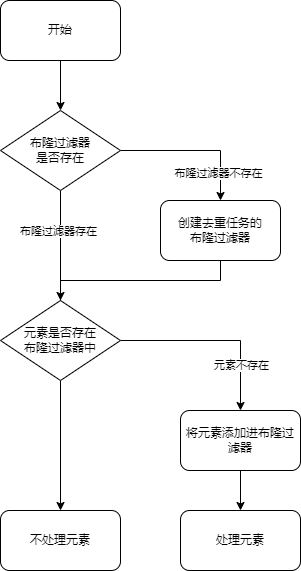
The draw.io diagram 布隆过滤器/image/去重流程.png in maixxx987/StudyNotes, before a commit. Source tidied: cells renumbered, new cells last; positions are measured from the earlier drawing's top-left corner, leaving out a move shared by most shapes. The source it was exported from:
```xml
<mxGraphModel>
  <root>
    <mxCell id="0" />
    <mxCell id="1" parent="0" />
    <mxCell id="2" style="edgeStyle=orthogonalEdgeStyle;rounded=0;jettySize=auto;html=1;exitX=0.5;exitY=1;exitDx=0;exitDy=0;entryX=0.5;entryY=0;entryDx=0;entryDy=0;" parent="1" edge="1" source="3" target="8">
      <mxGeometry relative="1" as="geometry" />
    </mxCell>
    <mxCell id="3" value="开始" style="rounded=1;whiteSpace=wrap;html=1;" parent="1" vertex="1">
      <mxGeometry width="120" height="60" as="geometry" />
    </mxCell>
    <mxCell id="4" style="edgeStyle=orthogonalEdgeStyle;rounded=0;jettySize=auto;html=1;exitX=1;exitY=0.5;exitDx=0;exitDy=0;entryX=0.5;entryY=0;entryDx=0;entryDy=0;" parent="1" edge="1" source="8" target="10">
      <mxGeometry relative="1" as="geometry" />
    </mxCell>
    <mxCell id="5" value="布隆过滤器不存在" style="edgeLabel;html=1;align=center;verticalAlign=middle;" parent="4" vertex="1">
      <mxGeometry x="0.36" y="-2" relative="1" as="geometry">
        <mxPoint y="21" as="offset" />
      </mxGeometry>
    </mxCell>
    <mxCell id="6" style="edgeStyle=orthogonalEdgeStyle;rounded=0;jettySize=auto;html=1;exitX=0.5;exitY=1;exitDx=0;exitDy=0;entryX=0.5;entryY=0;entryDx=0;entryDy=0;" parent="1" edge="1" source="8" target="14">
      <mxGeometry relative="1" as="geometry" />
    </mxCell>
    <mxCell id="7" value="布隆过滤器存在" style="edgeLabel;html=1;align=center;verticalAlign=middle;" parent="6" vertex="1">
      <mxGeometry x="-0.25" y="-2" relative="1" as="geometry" />
    </mxCell>
    <mxCell id="8" value="布隆过滤器&lt;br&gt;是否存在" style="rhombus;whiteSpace=wrap;html=1;" parent="1" vertex="1">
      <mxGeometry y="110" width="120" height="80" as="geometry" />
    </mxCell>
    <mxCell id="9" style="edgeStyle=orthogonalEdgeStyle;rounded=0;jettySize=auto;html=1;exitX=0.5;exitY=1;exitDx=0;exitDy=0;" parent="1" edge="1" source="10">
      <mxGeometry relative="1" as="geometry">
        <mxPoint x="60" y="350" as="targetPoint" />
        <Array as="points">
          <mxPoint x="220" y="280" />
          <mxPoint x="60" y="280" />
        </Array>
      </mxGeometry>
    </mxCell>
    <mxCell id="10" value="创建去重任务的&lt;br&gt;布隆过滤器" style="rounded=1;whiteSpace=wrap;html=1;" parent="1" vertex="1">
      <mxGeometry x="160" y="200" width="120" height="60" as="geometry" />
    </mxCell>
    <mxCell id="11" style="edgeStyle=orthogonalEdgeStyle;rounded=0;jettySize=auto;html=1;exitX=1;exitY=0.5;exitDx=0;exitDy=0;" parent="1" edge="1" source="14">
      <mxGeometry relative="1" as="geometry">
        <mxPoint x="240" y="410" as="targetPoint" />
      </mxGeometry>
    </mxCell>
    <mxCell id="12" value="元素不存在" style="edgeLabel;html=1;align=center;verticalAlign=middle;" parent="11" vertex="1">
      <mxGeometry x="0.53" y="1" relative="1" as="geometry" />
    </mxCell>
    <mxCell id="13" style="edgeStyle=orthogonalEdgeStyle;rounded=0;jettySize=auto;html=1;exitX=0.5;exitY=1;exitDx=0;exitDy=0;entryX=0.5;entryY=0;entryDx=0;entryDy=0;" parent="1" edge="1" source="14" target="17">
      <mxGeometry relative="1" as="geometry" />
    </mxCell>
    <mxCell id="14" value="元素是否存在&lt;br&gt;布隆过滤器中" style="rhombus;whiteSpace=wrap;html=1;" parent="1" vertex="1">
      <mxGeometry y="300" width="120" height="80" as="geometry" />
    </mxCell>
    <mxCell id="15" style="edgeStyle=orthogonalEdgeStyle;rounded=0;jettySize=auto;html=1;exitX=0.5;exitY=1;exitDx=0;exitDy=0;entryX=0.5;entryY=0;entryDx=0;entryDy=0;" parent="1" edge="1" source="16" target="18">
      <mxGeometry relative="1" as="geometry" />
    </mxCell>
    <mxCell id="16" value="将元素添加进布隆过滤器" style="rounded=1;whiteSpace=wrap;html=1;" parent="1" vertex="1">
      <mxGeometry x="180" y="410" width="120" height="60" as="geometry" />
    </mxCell>
    <mxCell id="17" value="不处理元素" style="rounded=1;whiteSpace=wrap;html=1;" parent="1" vertex="1">
      <mxGeometry y="510" width="120" height="60" as="geometry" />
    </mxCell>
    <mxCell id="18" value="处理元素" style="rounded=1;whiteSpace=wrap;html=1;" parent="1" vertex="1">
      <mxGeometry x="180" y="510" width="120" height="60" as="geometry" />
    </mxCell>
  </root>
</mxGraphModel>
```
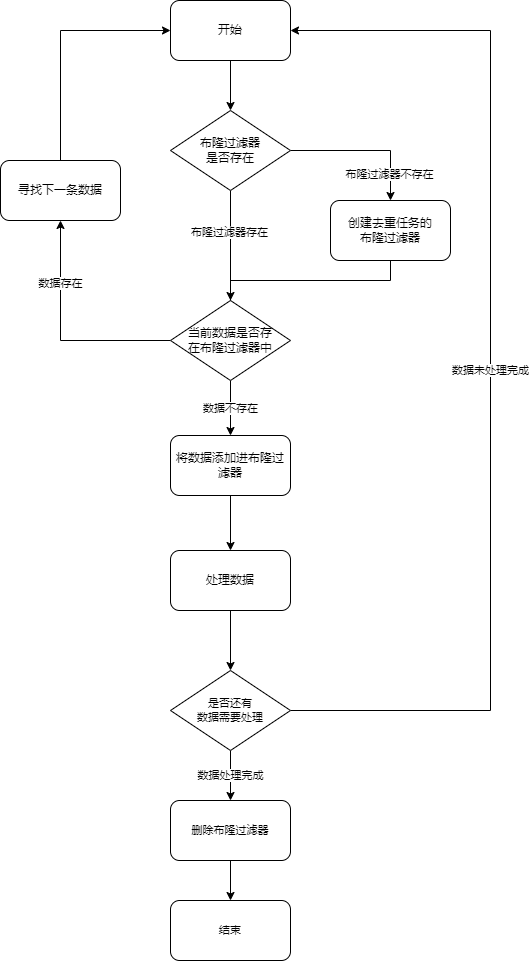
After the commit.

Commit message:
修改布隆过滤器文档 - 修复去重流程

What changed in the source:
```diff
@@ -37,31 +37,60 @@
     <mxCell id="10" value="创建去重任务的&lt;br&gt;布隆过滤器" style="rounded=1;whiteSpace=wrap;html=1;" parent="1" vertex="1">
       <mxGeometry x="160" y="200" width="120" height="60" as="geometry" />
     </mxCell>
-    <mxCell id="11" style="edgeStyle=orthogonalEdgeStyle;rounded=0;jettySize=auto;html=1;exitX=1;exitY=0.5;exitDx=0;exitDy=0;" parent="1" edge="1" source="14">
-      <mxGeometry relative="1" as="geometry">
-        <mxPoint x="240" y="410" as="targetPoint" />
-      </mxGeometry>
-    </mxCell>
-    <mxCell id="12" value="元素不存在" style="edgeLabel;html=1;align=center;verticalAlign=middle;" parent="11" vertex="1">
-      <mxGeometry x="0.53" y="1" relative="1" as="geometry" />
-    </mxCell>
+    <mxCell id="19" value="数据不存在" style="edgeStyle=orthogonalEdgeStyle;rounded=0;jettySize=auto;html=1;exitX=0.5;exitY=1;exitDx=0;exitDy=0;entryX=0.5;entryY=0;entryDx=0;entryDy=0;fontSize=11;" parent="1" edge="1" source="14" target="16">
+      <mxGeometry relative="1" as="geometry" />
+    </mxCell>
-    <mxCell id="13" style="edgeStyle=orthogonalEdgeStyle;rounded=0;jettySize=auto;html=1;exitX=0.5;exitY=1;exitDx=0;exitDy=0;entryX=0.5;entryY=0;entryDx=0;entryDy=0;" parent="1" edge="1" source="14" target="17">
+    <mxCell id="13" style="edgeStyle=orthogonalEdgeStyle;rounded=0;jettySize=auto;html=1;exitX=0;exitY=0.5;exitDx=0;exitDy=0;entryX=0.5;entryY=1;entryDx=0;entryDy=0;" parent="1" edge="1" source="14" target="17">
       <mxGeometry relative="1" as="geometry" />
     </mxCell>
+    <mxCell id="20" value="数据存在" style="edgeLabel;html=1;align=center;verticalAlign=middle;" parent="13" vertex="1">
+      <mxGeometry x="0.65" y="1" relative="1" as="geometry">
+        <mxPoint y="21" as="offset" />
+      </mxGeometry>
+    </mxCell>
-    <mxCell id="14" value="元素是否存在&lt;br&gt;布隆过滤器中" style="rhombus;whiteSpace=wrap;html=1;" parent="1" vertex="1">
+    <mxCell id="14" value="当前数据是否存&lt;br&gt;在布隆过滤器中" style="rhombus;whiteSpace=wrap;html=1;" parent="1" vertex="1">
       <mxGeometry y="300" width="120" height="80" as="geometry" />
     </mxCell>
     <mxCell id="15" style="edgeStyle=orthogonalEdgeStyle;rounded=0;jettySize=auto;html=1;exitX=0.5;exitY=1;exitDx=0;exitDy=0;entryX=0.5;entryY=0;entryDx=0;entryDy=0;" parent="1" edge="1" source="16" target="18">
       <mxGeometry relative="1" as="geometry" />
     </mxCell>
-    <mxCell id="16" value="将元素添加进布隆过滤器" style="rounded=1;whiteSpace=wrap;html=1;" parent="1" vertex="1">
-      <mxGeometry x="180" y="410" width="120" height="60" as="geometry" />
+    <mxCell id="16" value="将数据添加进布隆过滤器" style="rounded=1;whiteSpace=wrap;html=1;" parent="1" vertex="1">
+      <mxGeometry y="435" width="120" height="60" as="geometry" />
     </mxCell>
+    <mxCell id="21" style="edgeStyle=orthogonalEdgeStyle;rounded=0;jettySize=auto;html=1;exitX=0.5;exitY=0;exitDx=0;exitDy=0;entryX=0;entryY=0.5;entryDx=0;entryDy=0;" parent="1" edge="1" source="17" target="3">
+      <mxGeometry relative="1" as="geometry" />
+    </mxCell>
-    <mxCell id="17" value="不处理元素" style="rounded=1;whiteSpace=wrap;html=1;" parent="1" vertex="1">
-      <mxGeometry y="510" width="120" height="60" as="geometry" />
+    <mxCell id="17" value="寻找下一条数据" style="rounded=1;whiteSpace=wrap;html=1;" parent="1" vertex="1">
+      <mxGeometry x="-170" y="160" width="120" height="60" as="geometry" />
     </mxCell>
+    <mxCell id="22" style="edgeStyle=orthogonalEdgeStyle;rounded=0;jettySize=auto;html=1;exitX=0.5;exitY=1;exitDx=0;exitDy=0;entryX=0.5;entryY=0;entryDx=0;entryDy=0;fontSize=11;" parent="1" edge="1" source="18" target="25">
+      <mxGeometry relative="1" as="geometry" />
+    </mxCell>
-    <mxCell id="18" value="处理元素" style="rounded=1;whiteSpace=wrap;html=1;" parent="1" vertex="1">
-      <mxGeometry x="180" y="510" width="120" height="60" as="geometry" />
+    <mxCell id="18" value="处理数据" style="rounded=1;whiteSpace=wrap;html=1;" parent="1" vertex="1">
+      <mxGeometry y="550" width="120" height="60" as="geometry" />
     </mxCell>
+    <mxCell id="23" value="数据未处理完成" style="edgeStyle=orthogonalEdgeStyle;rounded=0;jettySize=auto;html=1;exitX=1;exitY=0.5;exitDx=0;exitDy=0;entryX=1;entryY=0.5;entryDx=0;entryDy=0;fontSize=11;" parent="1" edge="1" source="25" target="3">
+      <mxGeometry relative="1" as="geometry">
+        <Array as="points">
+          <mxPoint x="320" y="710" />
+          <mxPoint x="320" y="30" />
+        </Array>
+      </mxGeometry>
+    </mxCell>
+    <mxCell id="24" value="数据处理完成" style="edgeStyle=orthogonalEdgeStyle;rounded=0;jettySize=auto;html=1;exitX=0.5;exitY=1;exitDx=0;exitDy=0;fontSize=11;" parent="1" edge="1" source="25" target="27">
+      <mxGeometry relative="1" as="geometry" />
+    </mxCell>
+    <mxCell id="25" value="是否还有&lt;br&gt;数据需要处理" style="rhombus;whiteSpace=wrap;html=1;fontSize=11;" parent="1" vertex="1">
+      <mxGeometry y="670" width="120" height="80" as="geometry" />
+    </mxCell>
+    <mxCell id="26" style="edgeStyle=orthogonalEdgeStyle;rounded=0;jettySize=auto;html=1;exitX=0.5;exitY=1;exitDx=0;exitDy=0;entryX=0.5;entryY=0;entryDx=0;entryDy=0;fontSize=11;" parent="1" edge="1" source="27" target="28">
+      <mxGeometry relative="1" as="geometry" />
+    </mxCell>
+    <mxCell id="27" value="删除布隆过滤器" style="rounded=1;whiteSpace=wrap;html=1;fontSize=11;" parent="1" vertex="1">
+      <mxGeometry y="800" width="120" height="60" as="geometry" />
+    </mxCell>
+    <mxCell id="28" value="结束" style="rounded=1;whiteSpace=wrap;html=1;fontSize=11;" parent="1" vertex="1">
+      <mxGeometry y="900" width="120" height="60" as="geometry" />
+    </mxCell>
   </root>
 </mxGraphModel>
```
